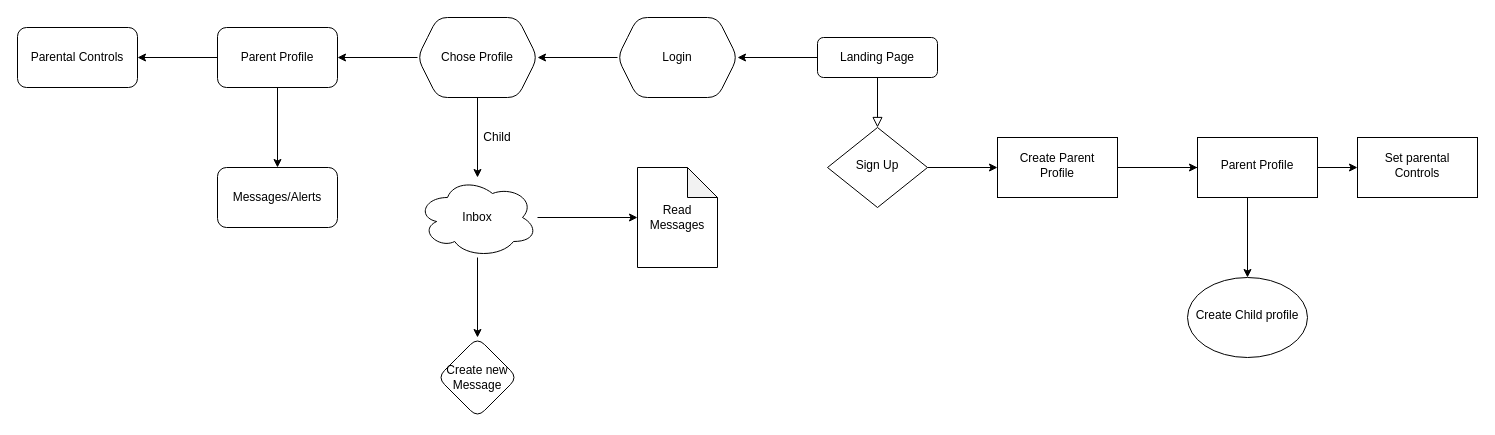
The draw.io diagram Untitled Diagram.drawio in Samicap/Final-Project, before the edit. Source tidied: cells renumbered, new cells numbered last; positions are measured from the earlier drawing's top-left corner, leaving out a move shared by most shapes. Both pictures are drawn from the tidied source at 100%, with x=0, y=0 at pixel (17, 17).
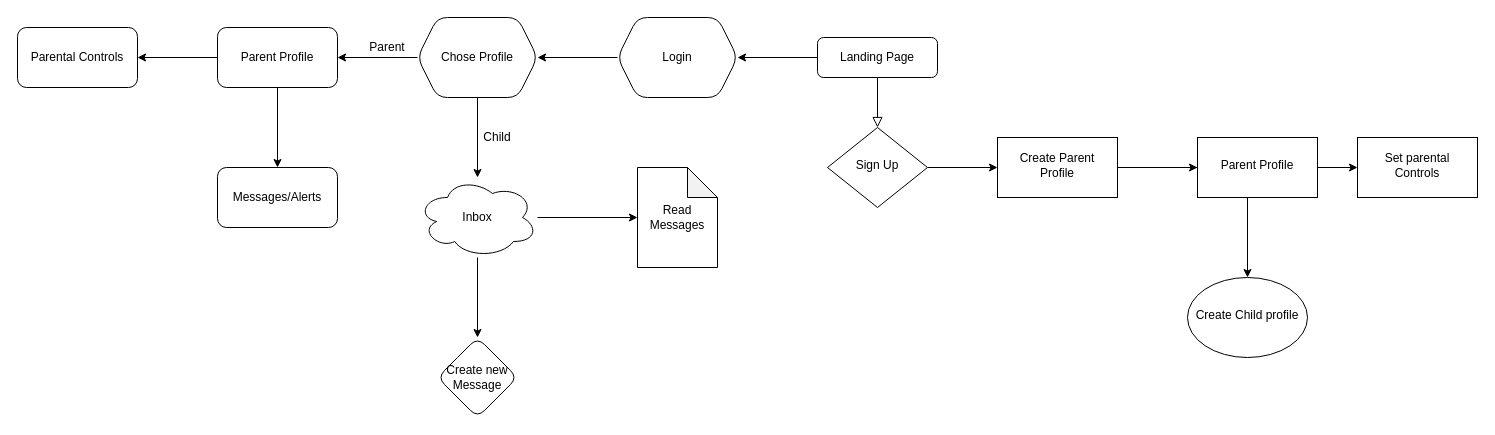
The same page after the edit.

Diff of the diagram source:
```diff
@@
+    <mxCell id="30" value="Parent" style="text;html=1;strokeColor=none;fillColor=none;align=center;verticalAlign=middle;whiteSpace=wrap;rounded=0;" parent="1" vertex="1">
+      <mxGeometry x="350" y="20" width="40" height="20" as="geometry" />
+    </mxCell>
```
